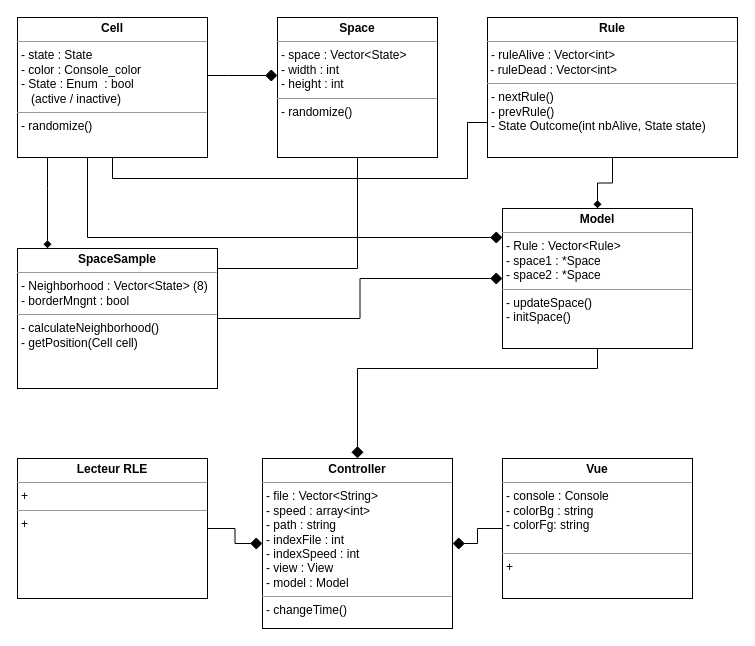
Above: GameOfLife.drawio in pherrephatta/gameoflife (draw.io), before the change. Source tidied: cells renumbered, new cells numbered last; positions are measured from the earlier drawing's top-left corner, leaving out a move shared by most shapes. Both pictures are drawn from the tidied source at 100%, with x=0, y=0 at pixel (17, 17).
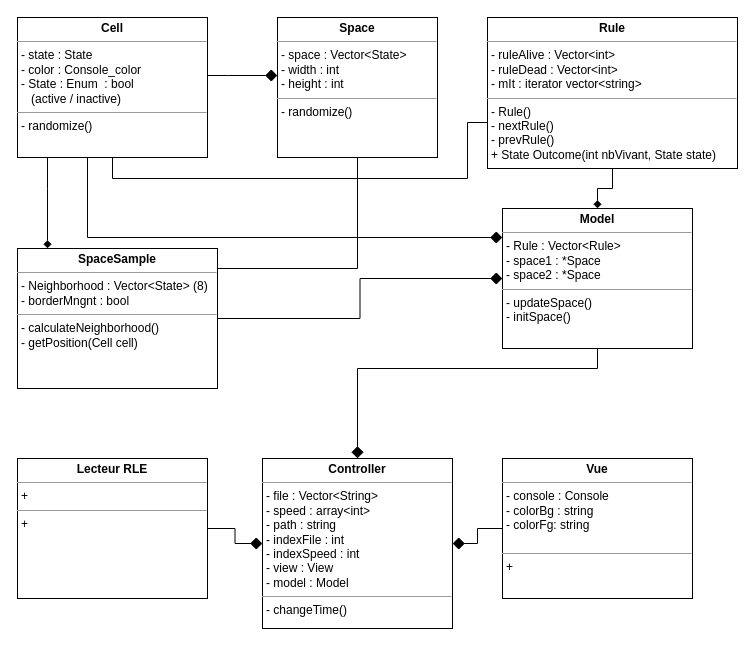
The same diagram, later.

Commit message:
Update class Rule

The edit, as a diff of the source:
```diff
@@
-    <mxCell id="17" value="&lt;p style=&quot;margin: 0px ; margin-top: 4px ; text-align: center&quot;&gt;&lt;b&gt;Rule&lt;/b&gt;&lt;/p&gt;&lt;hr size=&quot;1&quot;&gt;&lt;p style=&quot;margin: 0px ; margin-left: 4px&quot;&gt;- ruleAlive : Vector&amp;lt;int&amp;gt;&lt;br&gt;&lt;/p&gt;&amp;nbsp;- ruleDead : Vector&amp;lt;int&amp;gt;&lt;br&gt;&lt;hr size=&quot;1&quot;&gt;&lt;p style=&quot;margin: 0px ; margin-left: 4px&quot;&gt;- nextRule()&lt;/p&gt;&lt;p style=&quot;margin: 0px ; margin-left: 4px&quot;&gt;- prevRule()&lt;/p&gt;&lt;p style=&quot;margin: 0px ; margin-left: 4px&quot;&gt;- State Outcome(int nbAlive, State state)&lt;/p&gt;" style="verticalAlign=top;align=left;overflow=fill;fontSize=12;fontFamily=Helvetica;html=1;rounded=0;shadow=0;comic=0;labelBackgroundColor=none;strokeWidth=1;" parent="1" vertex="1">
-      <mxGeometry x="470" width="250" height="140" as="geometry" />
+    <mxCell id="17" value="&lt;p style=&quot;margin: 4px 0px 0px ; text-align: center&quot;&gt;&lt;b&gt;Rule&lt;/b&gt;&lt;/p&gt;&lt;hr size=&quot;1&quot;&gt;&lt;p style=&quot;margin: 0px 0px 0px 4px&quot;&gt;- ruleAlive : Vector&amp;lt;int&amp;gt;&lt;/p&gt;&lt;p style=&quot;margin: 0px 0px 0px 4px&quot;&gt;&lt;span&gt;- ruleDead : Vector&amp;lt;int&amp;gt;&lt;/span&gt;&lt;/p&gt;&lt;p style=&quot;margin: 0px 0px 0px 4px&quot;&gt;&lt;span&gt;- mIt : iterator vector&amp;lt;string&amp;gt;&lt;/span&gt;&lt;br&gt;&lt;/p&gt;&lt;hr size=&quot;1&quot;&gt;&lt;p style=&quot;margin: 0px 0px 0px 4px&quot;&gt;- Rule()&lt;/p&gt;&lt;p style=&quot;margin: 0px 0px 0px 4px&quot;&gt;&lt;span&gt;- nextRule()&lt;/span&gt;&lt;br&gt;&lt;/p&gt;&lt;p style=&quot;margin: 0px 0px 0px 4px&quot;&gt;- prevRule()&lt;/p&gt;&lt;p style=&quot;margin: 0px 0px 0px 4px&quot;&gt;+ State Outcome(int nbVivant, State state)&lt;/p&gt;" style="verticalAlign=top;align=left;overflow=fill;fontSize=12;fontFamily=Helvetica;html=1;rounded=0;shadow=0;comic=0;labelBackgroundColor=none;strokeWidth=1;" parent="1" vertex="1">
+      <mxGeometry x="470" width="250" height="151" as="geometry" />
     </mxCell>
```
